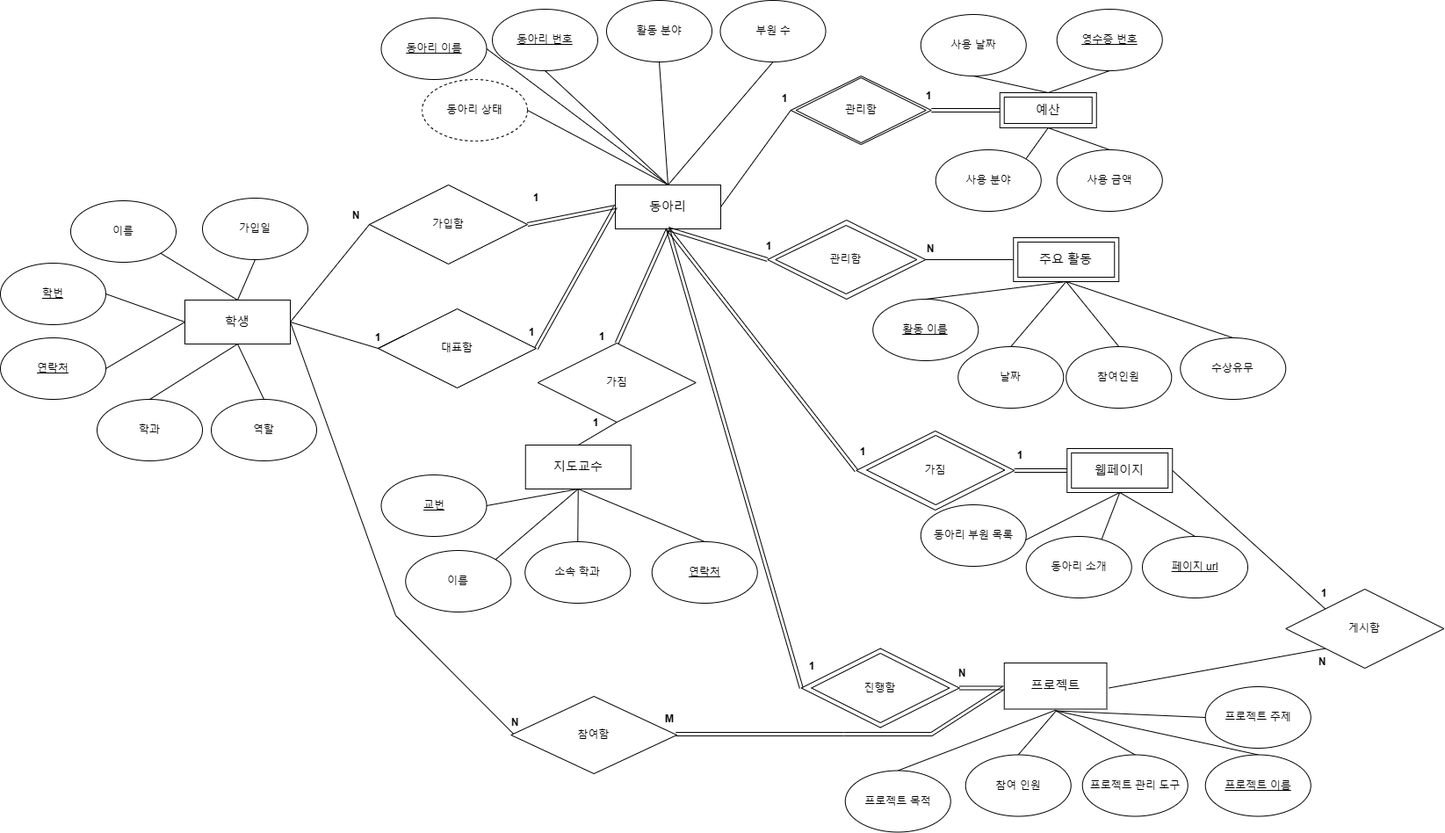
jjj5306/ClubManagementSystem keeps this draw.io diagram as docs/ERDiagram.png. Above is the earlier version. Source tidied: cells renumbered, new cells last; positions are measured from the earlier drawing's top-left corner, leaving out a move shared by most shapes.
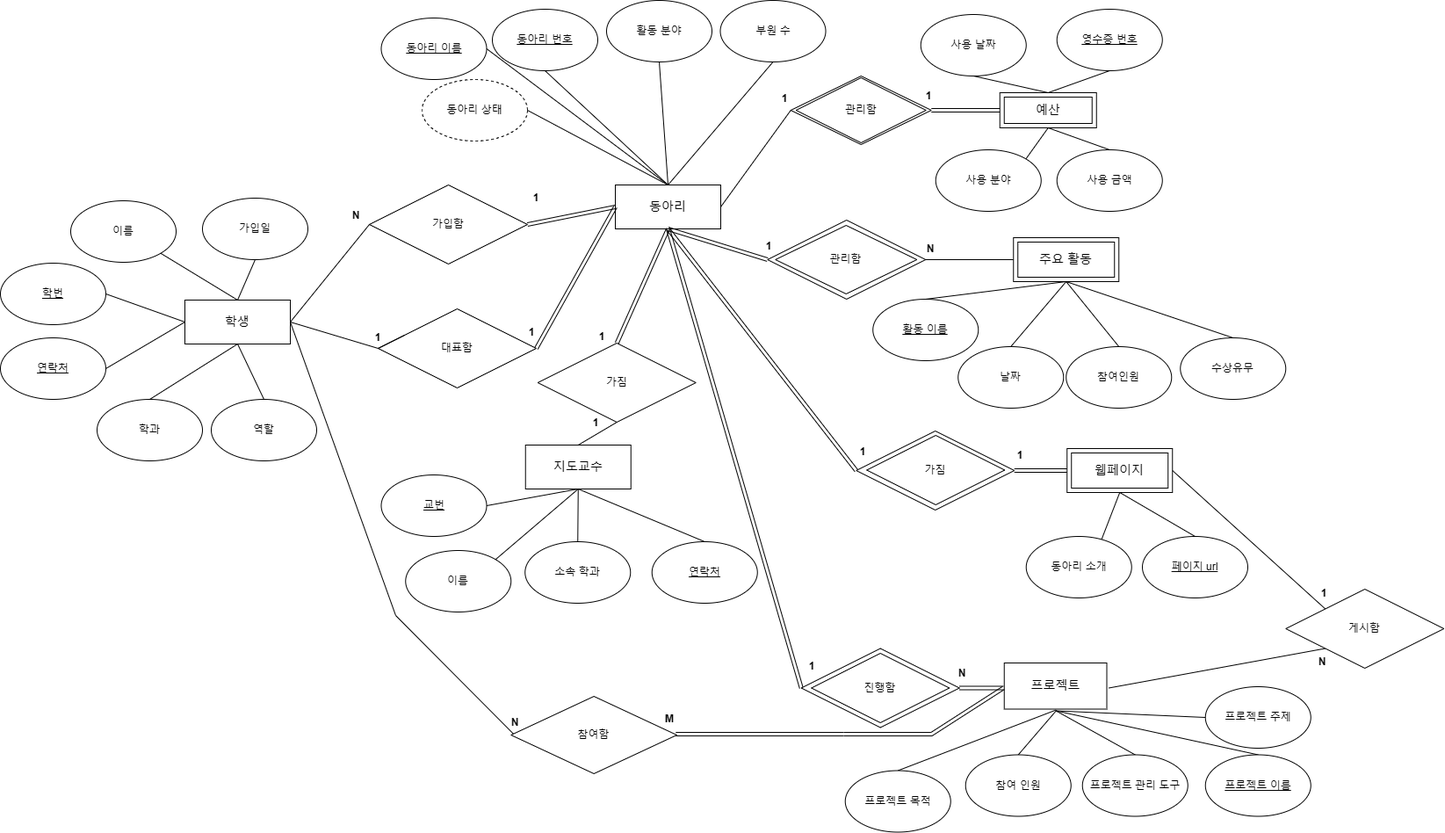
After the commit.

Change to the diagram source:
```diff
@@ -186,14 +186,6 @@
     <mxCell id="61" style="endArrow=none;html=1;rounded=0;entryX=0.5;entryY=1;entryDx=0;entryDy=0;exitX=0.5;exitY=1;exitDx=0;exitDy=0;" parent="1" edge="1" source="58" target="64">
       <mxGeometry relative="1" as="geometry" />
     </mxCell>
-    <mxCell id="62" style="endArrow=none;html=1;rounded=0;entryX=0.5;entryY=1;entryDx=0;entryDy=0;" parent="1" edge="1" target="63">
-      <mxGeometry relative="1" as="geometry">
-        <mxPoint x="1274.2" y="560" as="sourcePoint" />
-      </mxGeometry>
-    </mxCell>
-    <mxCell id="63" value="동아리 부원 목록" style="ellipse;whiteSpace=wrap;html=1;" parent="1" vertex="1">
-      <mxGeometry x="1047.8" y="574" width="120" height="70" as="geometry" />
-    </mxCell>
     <mxCell id="64" value="동아리 소개" style="ellipse;whiteSpace=wrap;html=1;" parent="1" vertex="1">
       <mxGeometry x="1167.8" y="610" width="120" height="70" as="geometry" />
     </mxCell>
```
